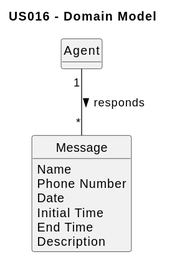
Earlier version of the PlantUML export docs/sprintD/US016/02.analysis/svg/us016-domain-model.svg (PureNimble/ISEP-LAPR2).
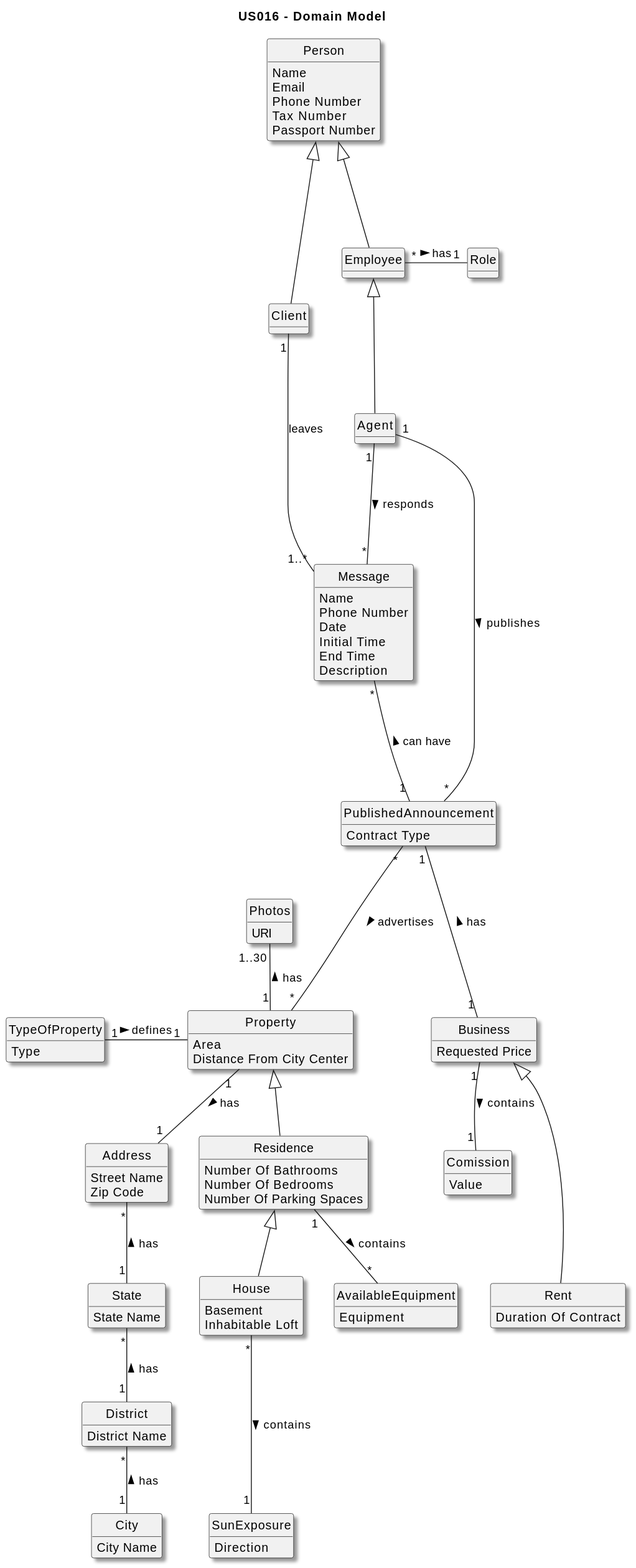
The same diagram one commit later.

Diff of the diagram source:
```diff
@@ -1,16 +1,18 @@
 @startuml
 title US016 - Domain Model
 
-skinparam groupInheritance 2
 skinparam monochrome true
 skinparam packageStyle rectangle
-skinparam shadowing false
+skinparam shadowing true
 skinparam classAttributeIconSize 0
-skinparam linetype polyline
 hide circle
 hide methods
 
 class Agent {
+
+}
+
+class Client {
 
 }
 
@@ -23,5 +25,119 @@
 Description
 }
 
-Agent "1" -- "*" Message : responds >
+class Employee {
+
+}
+
+class Role {
+
+}
+
+class Person {
+Name
+Email
+Phone Number
+Tax Number
+Passport Number
+}
+
+class PublishedAnnouncement {
+Contract Type
+}
+
+class Property {
+Area
+Distance From City Center
+}
+
+class TypeOfProperty {
+Type
+}
+
+class Photos {
+URI
+}
+
+class Business {
+Requested Price
+}
+
+class Comission {
+Value
+}
+
+class Rent {
+Duration Of Contract
+}
+
+class Address {
+Street Name
+Zip Code
+}
+
+class Residence {
+Number Of Bathrooms
+Number Of Bedrooms
+Number Of Parking Spaces
+}
+
+class State {
+State Name
+}
+
+class House {
+Basement
+Inhabitable Loft
+}
+
+class AvailableEquipment {
+Equipment
+}
+
+class District {
+District Name
+}
+
+class SunExposure {
+Direction
+}
+
+class City {
+City Name
+}
+
+Agent "1" --- "*" Message : responds >
+Agent "1" --- "*" PublishedAnnouncement : publishes >
+
+Address "*" -- "1" State : has <
+
+State "*" -- "1" District : has <
+
+District "*" -- "1" City : has <
+
+PublishedAnnouncement "*" --- "*" Property : advertises >
+PublishedAnnouncement "1" --- "1" Business : has <
+
+Message "*" --- "1" PublishedAnnouncement: can have <
+
+Business <|--- Rent
+Business "1" -- "1" Comission : contains >
+
+Property "1" -left- "1" TypeOfProperty : defines <
+Property "1" -up- "1..30" Photos : has >
+Property "1" -- "1" Address : has >
+Property <|-- Residence
+
+Residence <|-- House
+Residence "1" -- "*" AvailableEquipment : contains >
+
+House "*" --- "1" SunExposure : contains >
+
+Employee <|--- Agent
+Employee "*" -right- "1" Role : has >
+
+Message "1..*" -left- "1" Client : leaves
+
+Person <|--- Client
+Person <|--- Employee
 @enduml
```
